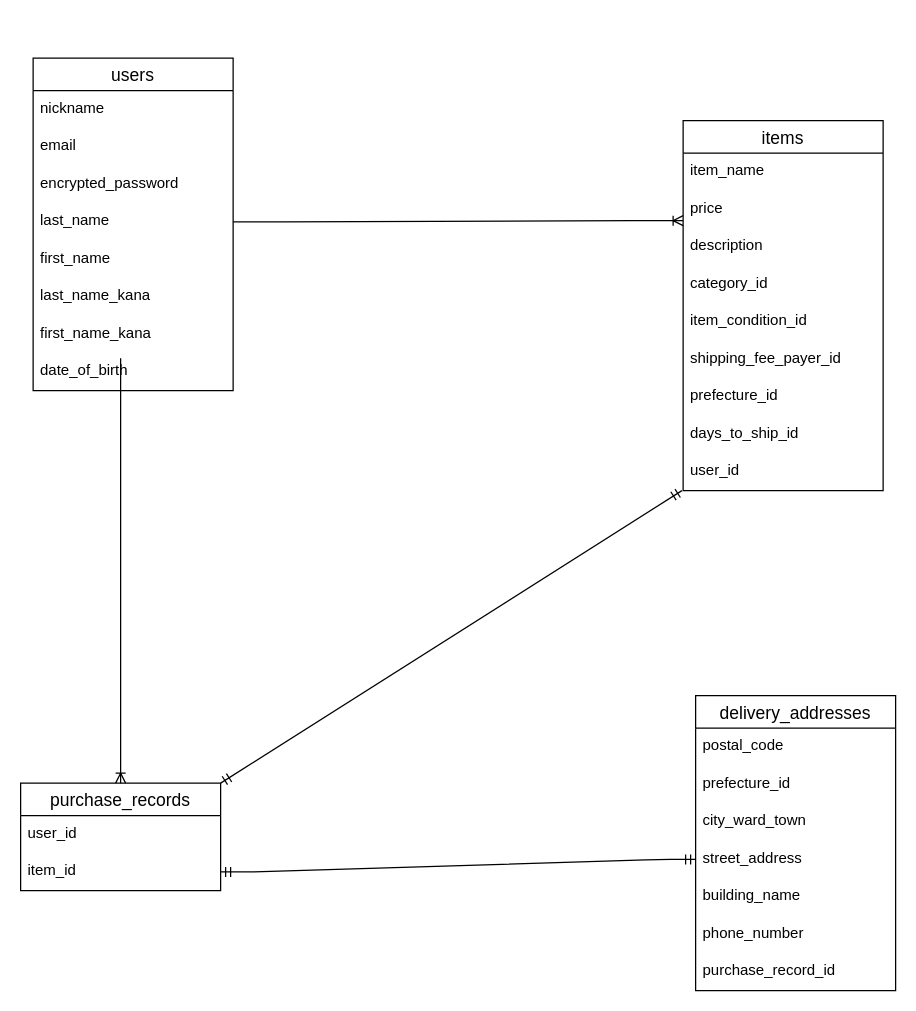
This is furima.dio from 11517k/furima-40518, a draw.io file, before an edit. Source tidied: cells renumbered, new cells numbered last; positions are measured from the earlier drawing's top-left corner, leaving out a move shared by most shapes. Both pictures are drawn from the tidied source at 125%, with x=0, y=0 at pixel (20, 58).
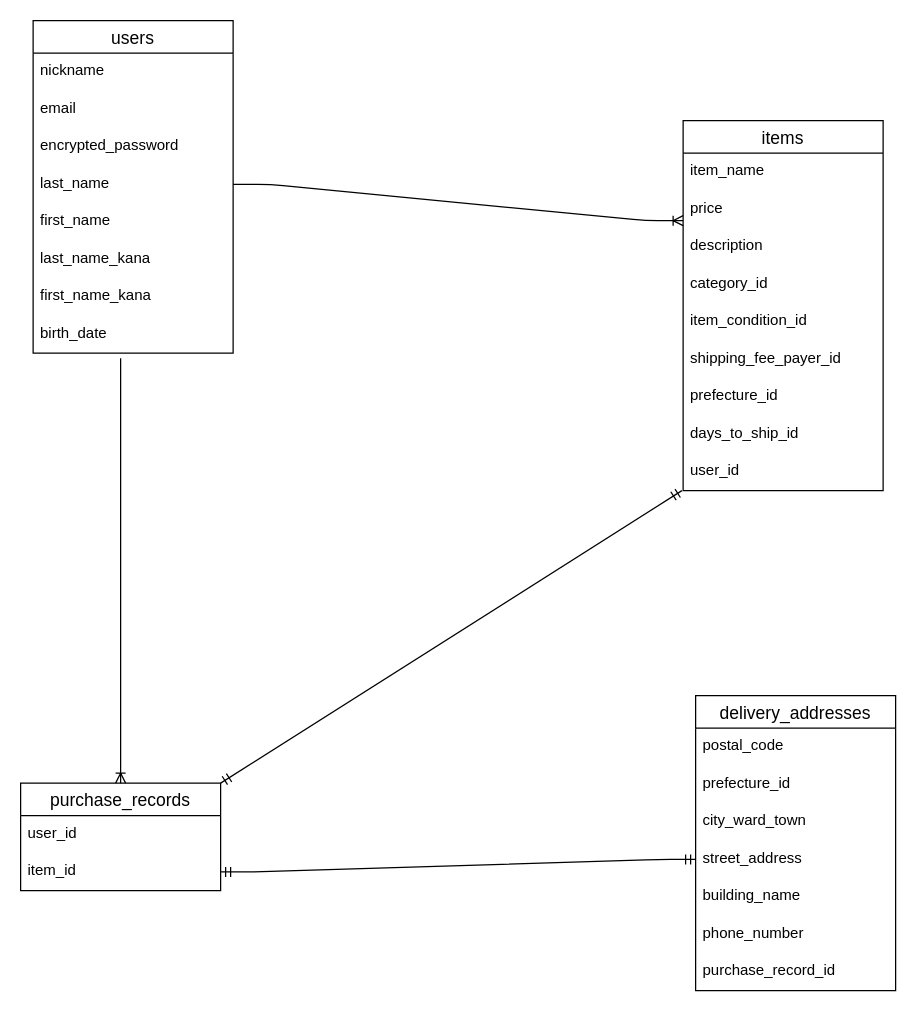
The same diagram, later.

Change to the diagram source:
```diff
@@
     <mxCell id="2" value="users" style="swimlane;fontStyle=0;horizontal=1;startSize=26;align=center;fontSize=14;" parent="1" vertex="1">
-      <mxGeometry x="10" width="160" height="266" as="geometry" />
+      <mxGeometry x="10" y="-30" width="160" height="266" as="geometry" />
     </mxCell>
@@
-    <mxCell id="10" value="date_of_birth" style="text;strokeColor=none;fillColor=none;spacingLeft=4;spacingRight=4;overflow=hidden;fontSize=12;" parent="2" vertex="1">
+    <mxCell id="10" value="birth_date" style="text;strokeColor=none;fillColor=none;spacingLeft=4;spacingRight=4;overflow=hidden;fontSize=12;" parent="2" vertex="1">
       <mxGeometry y="236" width="160" height="30" as="geometry" />
     </mxCell>
```
